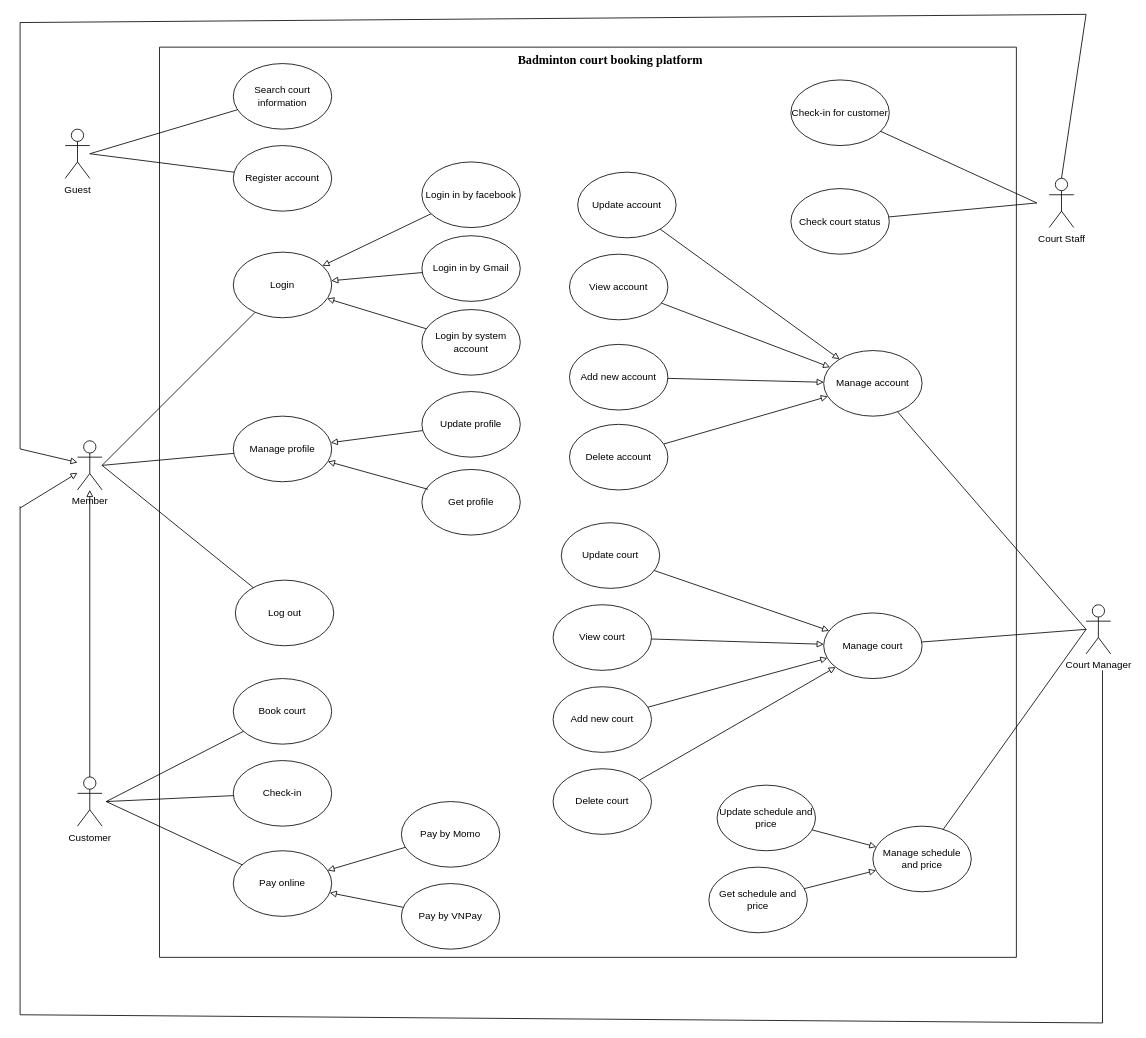
halinhtvn3a/SWP391_Project keeps this draw.io diagram as UseCaseDiagram.drawio. Above is the earlier version. Source tidied: cells renumbered, new cells numbered last; positions are measured from the earlier drawing's top-left corner, leaving out a move shared by most shapes. Both pictures are drawn from the tidied source at 82%, with x=0, y=0 at pixel (20, 14).
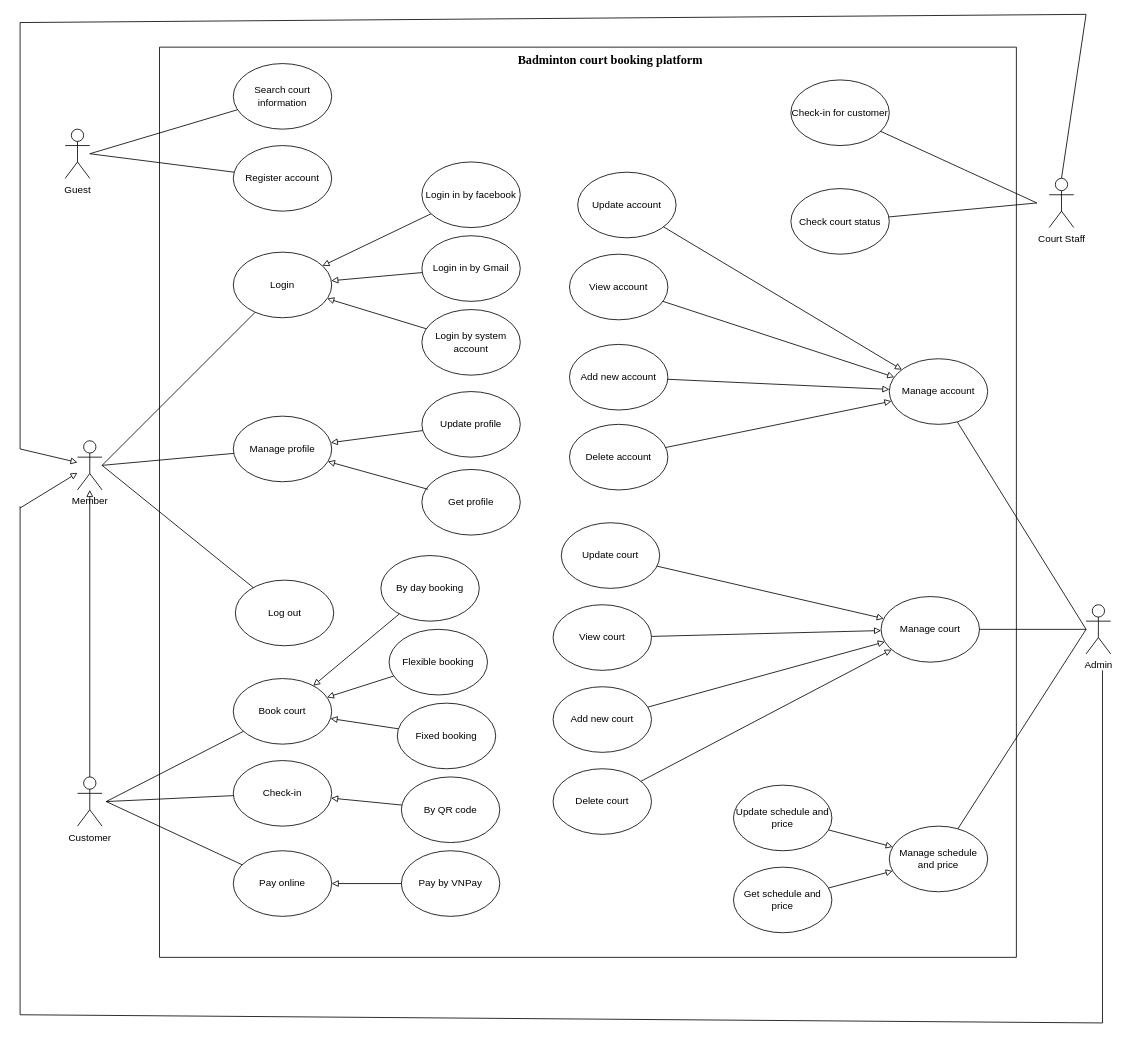
Above is the later version.

The change refers to these unchanged cells:
```xml
<mxCell id="2" style="swimlane;startSize=0;" parent="1" vertex="1">
  <mxGeometry x="170" y="40" width="1045" height="1110" as="geometry" />
</mxCell>
<mxCell id="4" value="Book court" style="ellipse;whiteSpace=wrap;html=1;" parent="2" vertex="1">
  <mxGeometry x="90" y="770" width="120" height="80" as="geometry" />
</mxCell>
<mxCell id="5" value="Check-in" style="ellipse;whiteSpace=wrap;html=1;" parent="2" vertex="1">
  <mxGeometry x="90" y="870" width="120" height="80" as="geometry" />
</mxCell>
<mxCell id="6" value="Pay online" style="ellipse;whiteSpace=wrap;html=1;" parent="2" vertex="1">
  <mxGeometry x="90" y="980" width="120" height="80" as="geometry" />
</mxCell>
```

Change to the diagram source:
```diff
@@
     <mxCell id="15" value="&lt;div style=&quot;text-align: start;&quot;&gt;Manage account&lt;/div&gt;" style="ellipse;whiteSpace=wrap;html=1;" parent="2" vertex="1">
-      <mxGeometry x="810" y="370" width="120" height="80" as="geometry" />
+      <mxGeometry x="890" y="380" width="120" height="80" as="geometry" />
     </mxCell>
     <mxCell id="16" value="Manage court" style="ellipse;whiteSpace=wrap;html=1;" parent="2" vertex="1">
-      <mxGeometry x="810" y="690" width="120" height="80" as="geometry" />
+      <mxGeometry x="880" y="670" width="120" height="80" as="geometry" />
     </mxCell>
     <mxCell id="17" value="Manage schedule and price" style="ellipse;whiteSpace=wrap;html=1;" parent="2" vertex="1">
-      <mxGeometry x="870" y="950" width="120" height="80" as="geometry" />
+      <mxGeometry x="890" y="950" width="120" height="80" as="geometry" />
     </mxCell>
-    <mxCell id="18" value="Court Manager" style="shape=umlActor;verticalLabelPosition=bottom;verticalAlign=top;html=1;" parent="2" vertex="1">
+    <mxCell id="18" value="Admin&lt;div&gt;&lt;br&gt;&lt;/div&gt;" style="shape=umlActor;verticalLabelPosition=bottom;verticalAlign=top;html=1;" parent="2" vertex="1">
       <mxGeometry x="1130" y="680" width="30" height="60" as="geometry" />
     </mxCell>
@@
-    <mxCell id="39" value="Pay by Momo" style="ellipse;whiteSpace=wrap;html=1;" parent="2" vertex="1">
-      <mxGeometry x="295" y="920" width="120" height="80" as="geometry" />
-    </mxCell>
     <mxCell id="40" value="Pay by VNPay" style="ellipse;whiteSpace=wrap;html=1;" parent="2" vertex="1">
-      <mxGeometry x="295" y="1020" width="120" height="80" as="geometry" />
+      <mxGeometry x="295" y="980" width="120" height="80" as="geometry" />
     </mxCell>
-    <mxCell id="41" style="endArrow=block;html=1;rounded=0;endFill=0;" parent="2" edge="1" source="39" target="6">
-      <mxGeometry relative="1" as="geometry" />
-    </mxCell>
@@
     <mxCell id="43" value="Update schedule and price" style="ellipse;whiteSpace=wrap;html=1;" parent="2" vertex="1">
-      <mxGeometry x="680" y="900" width="120" height="80" as="geometry" />
+      <mxGeometry x="700" y="900" width="120" height="80" as="geometry" />
     </mxCell>
     <mxCell id="44" value="Get schedule and price" style="ellipse;whiteSpace=wrap;html=1;" parent="2" vertex="1">
-      <mxGeometry x="670" y="1000" width="120" height="80" as="geometry" />
+      <mxGeometry x="700" y="1000" width="120" height="80" as="geometry" />
     </mxCell>
@@
+    <mxCell id="78" value="By day booking" style="ellipse;whiteSpace=wrap;html=1;" parent="2" vertex="1">
+      <mxGeometry x="270" y="620" width="120" height="80" as="geometry" />
+    </mxCell>
+    <mxCell id="79" value="Flexible booking" style="ellipse;whiteSpace=wrap;html=1;" parent="2" vertex="1">
+      <mxGeometry x="280" y="710" width="120" height="80" as="geometry" />
+    </mxCell>
+    <mxCell id="80" value="Fixed&lt;span style=&quot;background-color: initial;&quot;&gt;&amp;nbsp;booking&lt;/span&gt;" style="ellipse;whiteSpace=wrap;html=1;" parent="2" vertex="1">
+      <mxGeometry x="290" y="800" width="120" height="80" as="geometry" />
+    </mxCell>
+    <mxCell id="81" style="endArrow=block;html=1;rounded=0;endFill=0;" parent="2" edge="1" source="78" target="4">
+      <mxGeometry relative="1" as="geometry" />
+    </mxCell>
+    <mxCell id="82" style="endArrow=block;html=1;rounded=0;endFill=0;" parent="2" edge="1" source="79" target="4">
+      <mxGeometry relative="1" as="geometry" />
+    </mxCell>
+    <mxCell id="83" style="endArrow=block;html=1;rounded=0;endFill=0;" parent="2" edge="1" source="80" target="4">
+      <mxGeometry relative="1" as="geometry" />
+    </mxCell>
+    <mxCell id="84" value="By QR code" style="ellipse;whiteSpace=wrap;html=1;" parent="2" vertex="1">
+      <mxGeometry x="295" y="890" width="120" height="80" as="geometry" />
+    </mxCell>
+    <mxCell id="85" style="endArrow=block;html=1;rounded=0;endFill=0;" parent="2" edge="1" source="84" target="5">
+      <mxGeometry relative="1" as="geometry" />
+    </mxCell>
```
